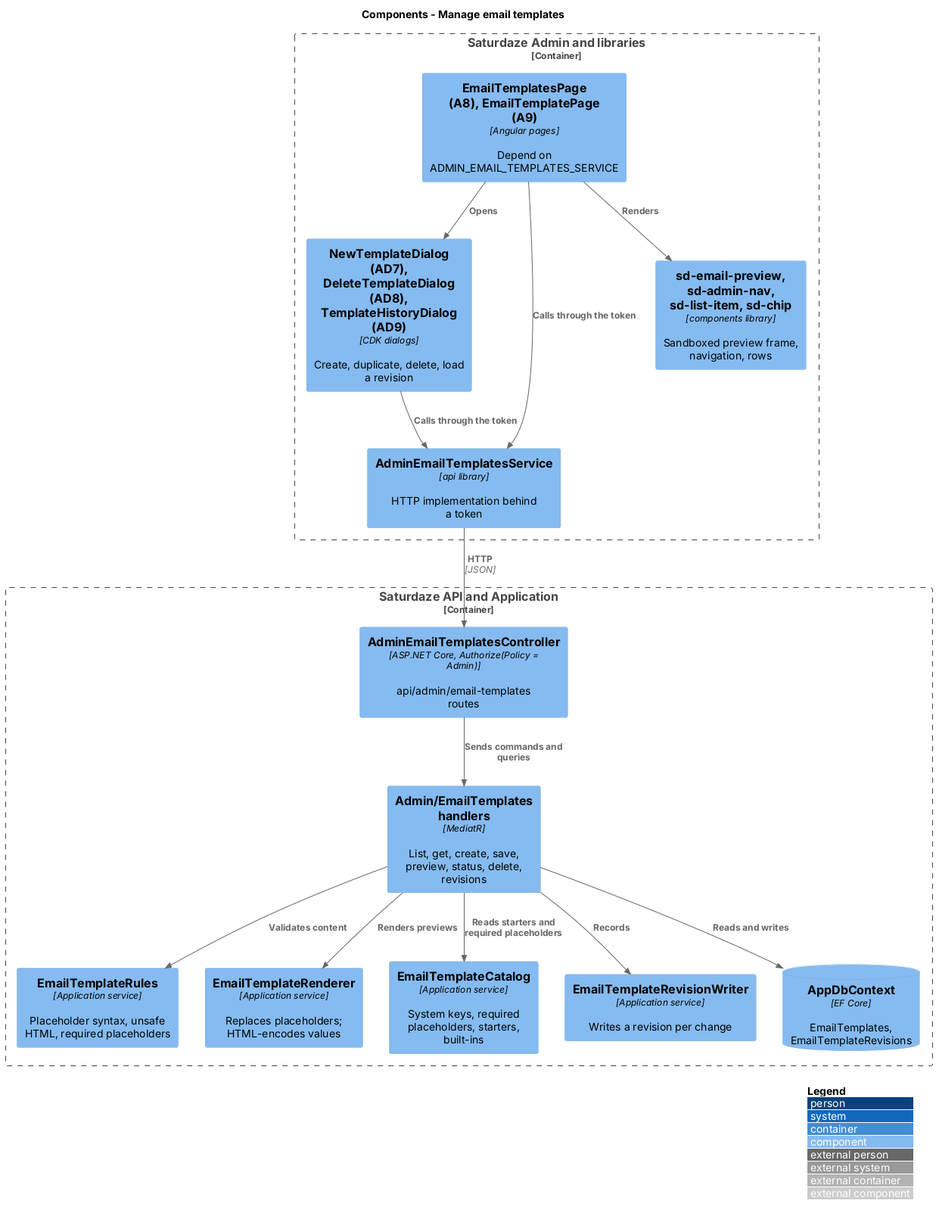
Before: docs/detailed-designs/administration/manage-email-templates/diagrams/c4-component.png, a diagram exported from PlantUML (QuinntyneBrown/saturdaze).
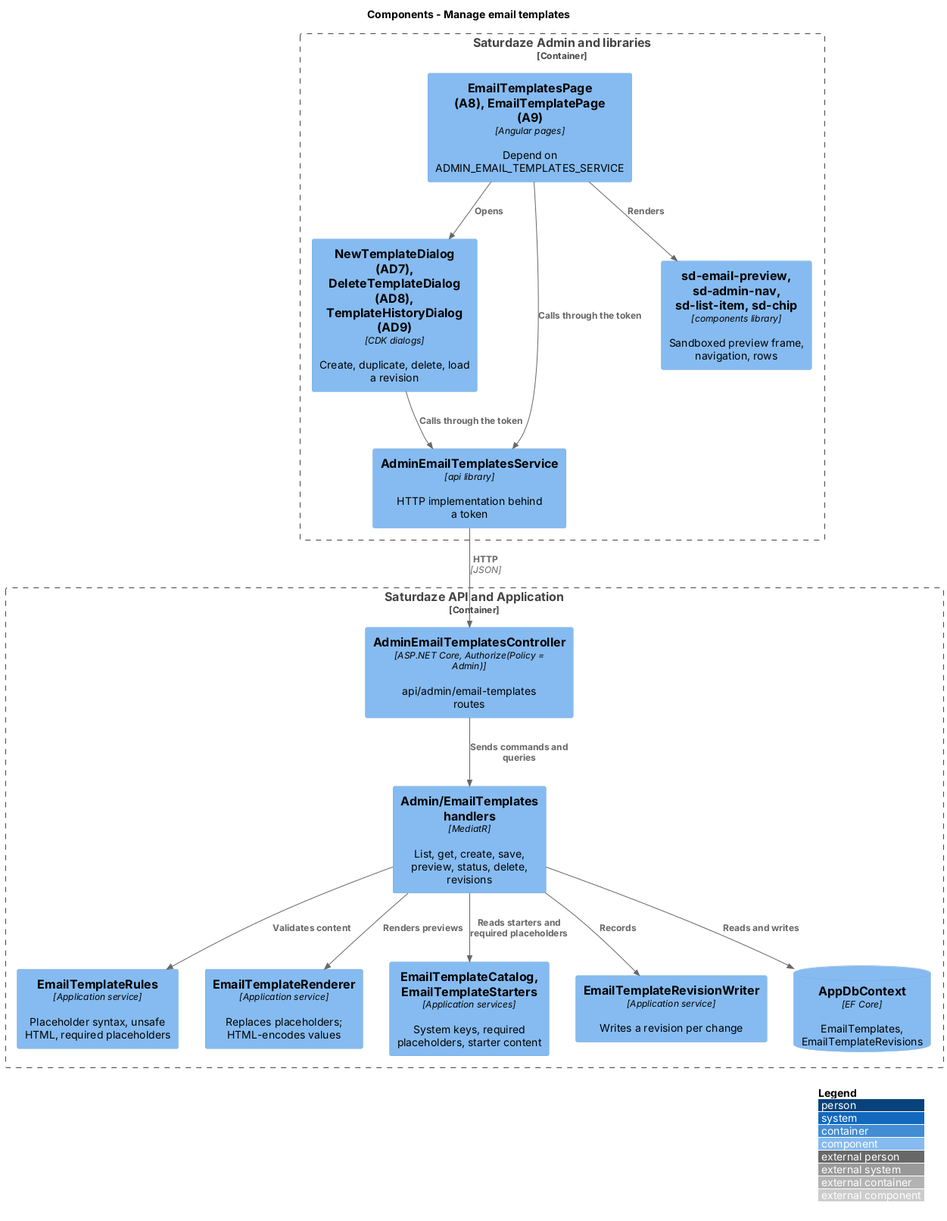
After the change.

Commit message:
Align the email template design with what was built

The edit, as a diff of the source:
```diff
@@ -14,7 +14,7 @@
   Component(handlers, "Admin/EmailTemplates handlers", "MediatR", "List, get, create, save, preview, status, delete, revisions")
   Component(rules, "EmailTemplateRules", "Application service", "Placeholder syntax, unsafe HTML, required placeholders")
   Component(renderer, "EmailTemplateRenderer", "Application service", "Replaces placeholders; HTML-encodes values")
-  Component(catalog, "EmailTemplateCatalog", "Application service", "System keys, required placeholders, starters, built-ins")
+  Component(catalog, "EmailTemplateCatalog, EmailTemplateStarters", "Application services", "System keys, required placeholders, starter content")
   Component(revisions, "EmailTemplateRevisionWriter", "Application service", "Writes a revision per change")
   ComponentDb(db, "AppDbContext", "EF Core", "EmailTemplates, EmailTemplateRevisions")
 }
```
